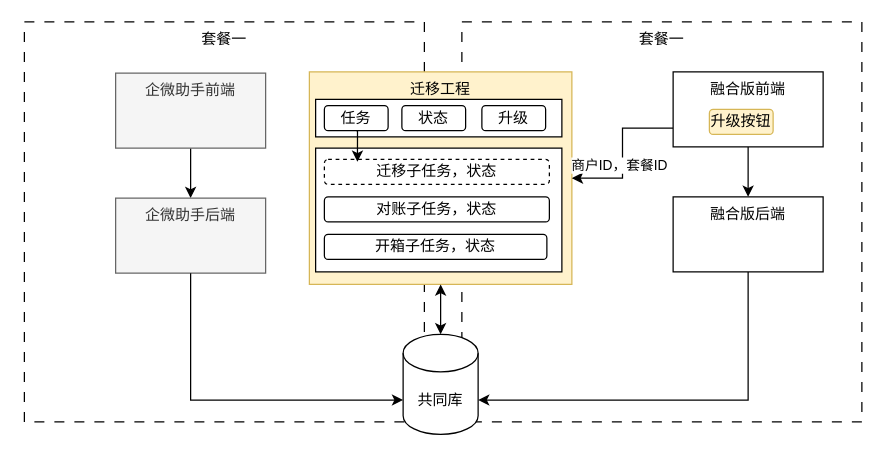
Above: 未命名绘图.drawio in Auraliano/images (draw.io), before the change. Source tidied: cells renumbered, new cells numbered last; positions are measured from the earlier drawing's top-left corner, leaving out a move shared by most shapes. Both pictures are drawn from the tidied source at 125%, with x=0, y=0 at pixel (24, 21).
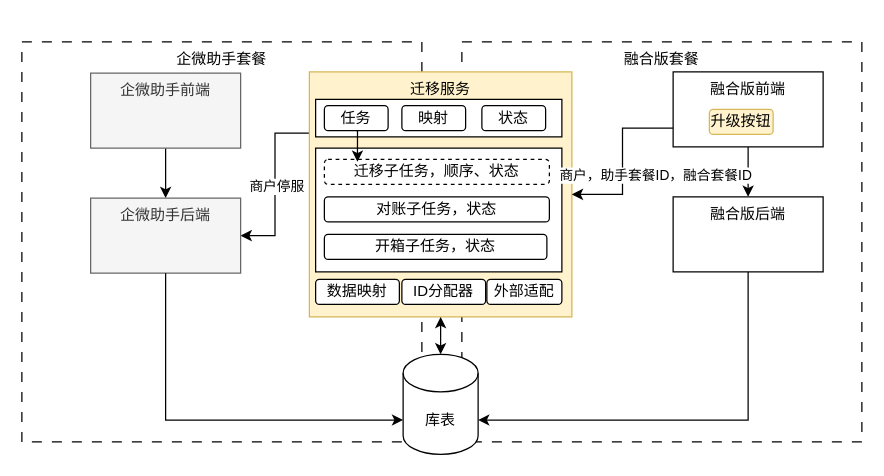
Above is the later version.

The change refers to these unchanged cells:
```xml
<mxCell id="11" style="edgeStyle=orthogonalEdgeStyle;rounded=0;jettySize=auto;html=1;exitX=0;exitY=0.75;exitDx=0;exitDy=0;entryX=1;entryY=0.5;entryDx=0;entryDy=0;" parent="1" edge="1" source="13" target="4">
  <mxGeometry relative="1" as="geometry" />
</mxCell>
```

What changed in the source:
```diff
@@
-    <mxCell id="2" value="套餐一" style="whiteSpace=wrap;html=1;verticalAlign=top;dashed=1;dashPattern=8 8;" parent="1" vertex="1">
-      <mxGeometry width="320" height="320" as="geometry" />
+    <mxCell id="2" value="企微助手套餐" style="whiteSpace=wrap;html=1;verticalAlign=top;dashed=1;dashPattern=8 8;" parent="1" vertex="1">
+      <mxGeometry x="-2" y="16" width="320" height="320" as="geometry" />
     </mxCell>
-    <mxCell id="3" value="套餐一" style="whiteSpace=wrap;html=1;verticalAlign=top;dashed=1;dashPattern=8 8;" parent="1" vertex="1">
-      <mxGeometry x="350" width="320" height="320" as="geometry" />
+    <mxCell id="3" value="融合版套餐" style="whiteSpace=wrap;html=1;verticalAlign=top;dashed=1;dashPattern=8 8;" parent="1" vertex="1">
+      <mxGeometry x="350" y="16" width="320" height="320" as="geometry" />
     </mxCell>
+    <mxCell id="27" style="edgeStyle=orthogonalEdgeStyle;rounded=0;jettySize=auto;html=1;exitX=0;exitY=0.25;exitDx=0;exitDy=0;entryX=1;entryY=0.5;entryDx=0;entryDy=0;" parent="1" edge="1" source="4" target="9">
+      <mxGeometry relative="1" as="geometry" />
+    </mxCell>
+    <mxCell id="28" value="商户停服" style="edgeLabel;html=1;align=center;verticalAlign=middle;" parent="27" vertex="1">
+      <mxGeometry x="0.02" y="1" relative="1" as="geometry" />
+    </mxCell>
-    <mxCell id="4" value="迁移工程" style="rounded=0;whiteSpace=wrap;html=1;fillColor=#fff2cc;strokeColor=#d6b656;verticalAlign=top;" parent="1" vertex="1">
-      <mxGeometry x="228" y="40" width="210" height="170" as="geometry" />
+    <mxCell id="4" value="迁移服务" style="rounded=0;whiteSpace=wrap;html=1;fillColor=#fff2cc;strokeColor=#d6b656;verticalAlign=top;" parent="1" vertex="1">
+      <mxGeometry x="228" y="40" width="210" height="196" as="geometry" />
     </mxCell>
@@
     <mxCell id="8" value="企微助手前端" style="rounded=0;whiteSpace=wrap;html=1;verticalAlign=top;fillColor=#f5f5f5;fontColor=#333333;strokeColor=#666666;" parent="1" vertex="1">
-      <mxGeometry x="73" y="41" width="120" height="60" as="geometry" />
+      <mxGeometry x="53" y="41" width="120" height="60" as="geometry" />
     </mxCell>
     <mxCell id="9" value="企微助手后端" style="rounded=0;whiteSpace=wrap;html=1;verticalAlign=top;fillColor=#f5f5f5;fontColor=#333333;strokeColor=#666666;" parent="1" vertex="1">
-      <mxGeometry x="73" y="141" width="120" height="60" as="geometry" />
+      <mxGeometry x="53" y="141" width="120" height="60" as="geometry" />
     </mxCell>
@@
-    <mxCell id="12" value="商户ID，套餐ID" style="edgeLabel;html=1;align=center;verticalAlign=middle;" parent="11" vertex="1">
-      <mxGeometry x="0.16" y="-3" relative="1" as="geometry" />
+    <mxCell id="12" value="商户，助手套餐ID，融合套餐ID" style="edgeLabel;html=1;align=center;verticalAlign=middle;" parent="11" vertex="1">
+      <mxGeometry x="0.16" y="-3" relative="1" as="geometry">
+        <mxPoint x="29" as="offset" />
+      </mxGeometry>
     </mxCell>
@@
-    <mxCell id="15" value="共同库" style="shape=cylinder3;whiteSpace=wrap;html=1;boundedLbl=1;backgroundOutline=1;size=15;" parent="1" vertex="1">
-      <mxGeometry x="303" y="250" width="60" height="80" as="geometry" />
+    <mxCell id="15" value="库表" style="shape=cylinder3;whiteSpace=wrap;html=1;boundedLbl=1;backgroundOutline=1;size=15;" parent="1" vertex="1">
+      <mxGeometry x="303" y="266" width="60" height="80" as="geometry" />
     </mxCell>
@@
-    <mxCell id="20" value="状态" style="rounded=1;whiteSpace=wrap;html=1;" parent="1" vertex="1">
+    <mxCell id="20" value="映射" style="rounded=1;whiteSpace=wrap;html=1;" parent="1" vertex="1">
       <mxGeometry x="302" y="67" width="51" height="20" as="geometry" />
     </mxCell>
@@
-    <mxCell id="22" value="升级" style="rounded=1;whiteSpace=wrap;html=1;" parent="1" vertex="1">
+    <mxCell id="22" value="状态" style="rounded=1;whiteSpace=wrap;html=1;" parent="1" vertex="1">
       <mxGeometry x="366" y="67" width="51" height="20" as="geometry" />
     </mxCell>
-    <mxCell id="23" value="迁移子任务，状态" style="rounded=1;whiteSpace=wrap;html=1;strokeColor=default;dashed=1;strokeWidth=1;" parent="1" vertex="1">
+    <mxCell id="23" value="迁移子任务，顺序、状态" style="rounded=1;whiteSpace=wrap;html=1;strokeColor=default;dashed=1;strokeWidth=1;" parent="1" vertex="1">
       <mxGeometry x="240" y="110" width="180" height="20" as="geometry" />
     </mxCell>
@@
+    <mxCell id="29" value="外部适配" style="rounded=1;whiteSpace=wrap;html=1;" parent="1" vertex="1">
+      <mxGeometry x="370" y="206" width="60" height="20" as="geometry" />
+    </mxCell>
+    <mxCell id="30" value="数据映射" style="rounded=1;whiteSpace=wrap;html=1;" parent="1" vertex="1">
+      <mxGeometry x="233" y="206" width="67" height="20" as="geometry" />
+    </mxCell>
+    <mxCell id="31" value="ID分配器" style="rounded=1;whiteSpace=wrap;html=1;" parent="1" vertex="1">
+      <mxGeometry x="302" y="206" width="67" height="20" as="geometry" />
+    </mxCell>
```
